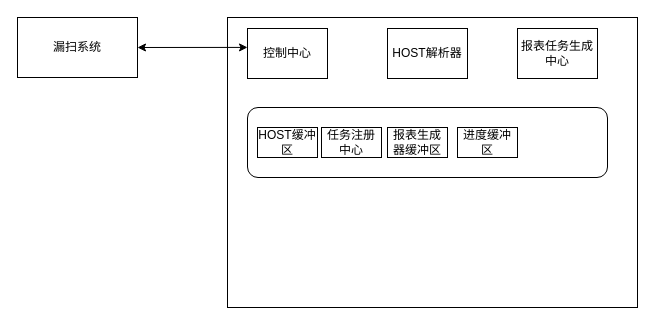
The draw.io diagram 报表引擎.drawio in ztoone/webscan, before the edit. Source tidied: cells renumbered, new cells numbered last; positions are measured from the earlier drawing's top-left corner, leaving out a move shared by most shapes. Both pictures are drawn from the tidied source at 100%, with x=0, y=0 at pixel (17, 17).
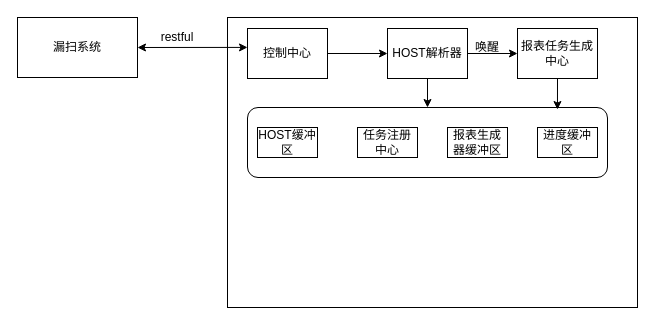
After the change.

Change to the diagram source:
```diff
@@
 <mxGraphModel>
   <root>
     <mxCell id="0" />
     <mxCell id="1" parent="0" />
     <mxCell id="2" value="漏扫系统" style="rounded=0;whiteSpace=wrap;html=1;" parent="1" vertex="1">
       <mxGeometry width="120" height="60" as="geometry" />
     </mxCell>
     <mxCell id="3" style="rounded=0;whiteSpace=wrap;html=1;" parent="1" vertex="1">
       <mxGeometry x="210" width="410" height="290" as="geometry" />
     </mxCell>
     <mxCell id="4" value="控制中心" style="rounded=0;whiteSpace=wrap;html=1;" parent="1" vertex="1">
       <mxGeometry x="230" y="11" width="80" height="50" as="geometry" />
     </mxCell>
     <mxCell id="5" style="rounded=1;whiteSpace=wrap;html=1;" parent="1" vertex="1">
       <mxGeometry x="230" y="90" width="360" height="70" as="geometry" />
     </mxCell>
     <mxCell id="6" style="endArrow=classic;startArrow=classic;html=1;exitX=1;exitY=0.5;exitDx=0;exitDy=0;entryX=0;entryY=0.378;entryDx=0;entryDy=0;entryPerimeter=0;" parent="1" edge="1" source="2" target="4">
       <mxGeometry relative="1" as="geometry" />
     </mxCell>
     <mxCell id="7" value="HOST解析器" style="rounded=0;whiteSpace=wrap;html=1;" parent="1" vertex="1">
       <mxGeometry x="370" y="11" width="80" height="50" as="geometry" />
     </mxCell>
     <mxCell id="8" value="报表任务生成中心" style="rounded=0;whiteSpace=wrap;html=1;" parent="1" vertex="1">
       <mxGeometry x="500" y="11" width="80" height="50" as="geometry" />
     </mxCell>
     <mxCell id="9" value="HOST缓冲区" style="rounded=0;whiteSpace=wrap;html=1;" parent="1" vertex="1">
       <mxGeometry x="240" y="110" width="60" height="30" as="geometry" />
     </mxCell>
     <mxCell id="10" value="任务注册中心" style="rounded=0;whiteSpace=wrap;html=1;" parent="1" vertex="1">
-      <mxGeometry x="304" y="110" width="60" height="30" as="geometry" />
+      <mxGeometry x="340" y="110" width="60" height="30" as="geometry" />
     </mxCell>
     <mxCell id="11" value="报表生成器缓冲区" style="rounded=0;whiteSpace=wrap;html=1;" parent="1" vertex="1">
-      <mxGeometry x="370" y="110" width="60" height="30" as="geometry" />
+      <mxGeometry x="430" y="110" width="60" height="30" as="geometry" />
     </mxCell>
     <mxCell id="12" value="进度缓冲区" style="rounded=0;whiteSpace=wrap;html=1;" parent="1" vertex="1">
-      <mxGeometry x="440" y="110" width="60" height="30" as="geometry" />
+      <mxGeometry x="520" y="110" width="60" height="30" as="geometry" />
     </mxCell>
+    <mxCell id="13" style="endArrow=classic;html=1;" parent="1" edge="1" source="4">
+      <mxGeometry relative="1" as="geometry">
+        <mxPoint x="370" y="36" as="targetPoint" />
+      </mxGeometry>
+    </mxCell>
+    <mxCell id="14" style="endArrow=classic;html=1;exitX=0.5;exitY=1;exitDx=0;exitDy=0;entryX=0.5;entryY=0;entryDx=0;entryDy=0;" parent="1" edge="1" source="7" target="5">
+      <mxGeometry relative="1" as="geometry" />
+    </mxCell>
+    <mxCell id="15" value="restful" style="text;html=1;strokeColor=none;fillColor=none;align=center;verticalAlign=middle;whiteSpace=wrap;rounded=0;" parent="1" vertex="1">
+      <mxGeometry x="140" y="10" width="40" height="20" as="geometry" />
+    </mxCell>
+    <mxCell id="16" style="endArrow=classic;html=1;exitX=1;exitY=0.5;exitDx=0;exitDy=0;entryX=0;entryY=0.5;entryDx=0;entryDy=0;" parent="1" edge="1" source="7" target="8">
+      <mxGeometry relative="1" as="geometry" />
+    </mxCell>
+    <mxCell id="17" value="唤醒" style="text;html=1;strokeColor=none;fillColor=none;align=center;verticalAlign=middle;whiteSpace=wrap;rounded=0;" parent="1" vertex="1">
+      <mxGeometry x="450" y="20" width="40" height="20" as="geometry" />
+    </mxCell>
+    <mxCell id="18" style="endArrow=classic;html=1;exitX=0.5;exitY=1;exitDx=0;exitDy=0;entryX=0.861;entryY=0.029;entryDx=0;entryDy=0;entryPerimeter=0;" parent="1" edge="1" source="8" target="5">
+      <mxGeometry relative="1" as="geometry" />
+    </mxCell>
   </root>
 </mxGraphModel>
```
